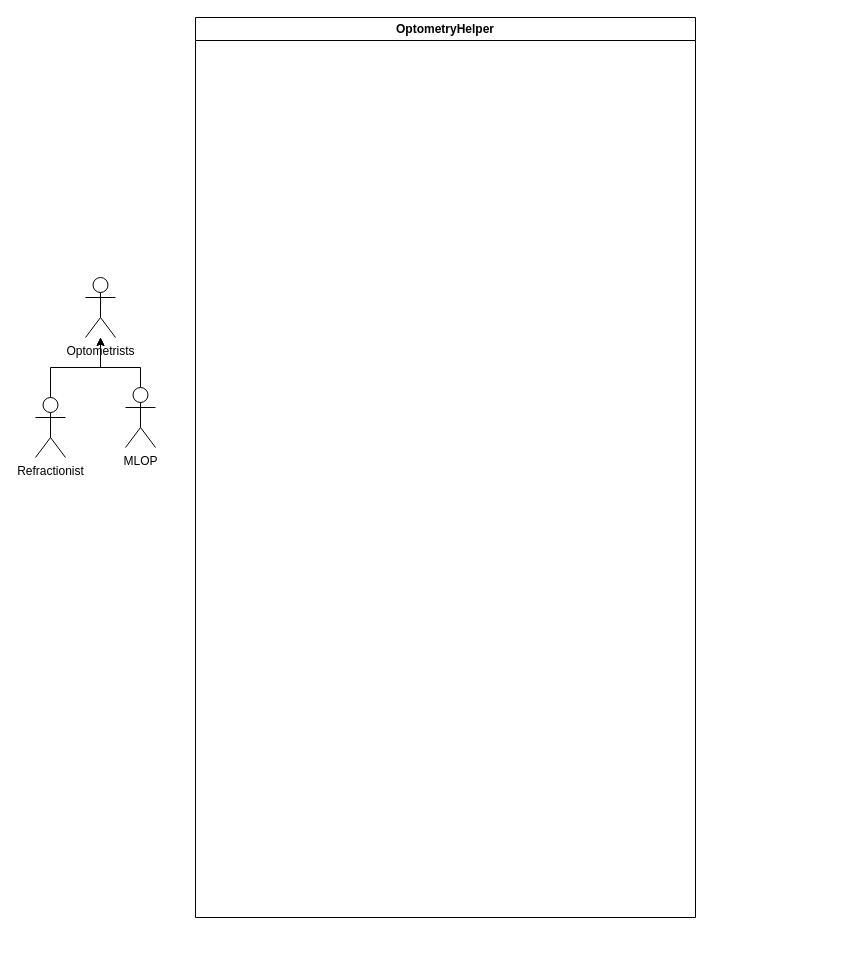
ShofiqRasel/Draw.io keeps this draw.io diagram as page "OptoMetrist" (3 of 3) of Optometry.drawio. Above is the earlier version. Source tidied: cells renumbered, new cells numbered last; positions are measured from the earlier drawing's top-left corner, leaving out a move shared by most shapes. Both pictures are drawn from the tidied source at 100%, with x=0, y=0 at pixel (35, 17).
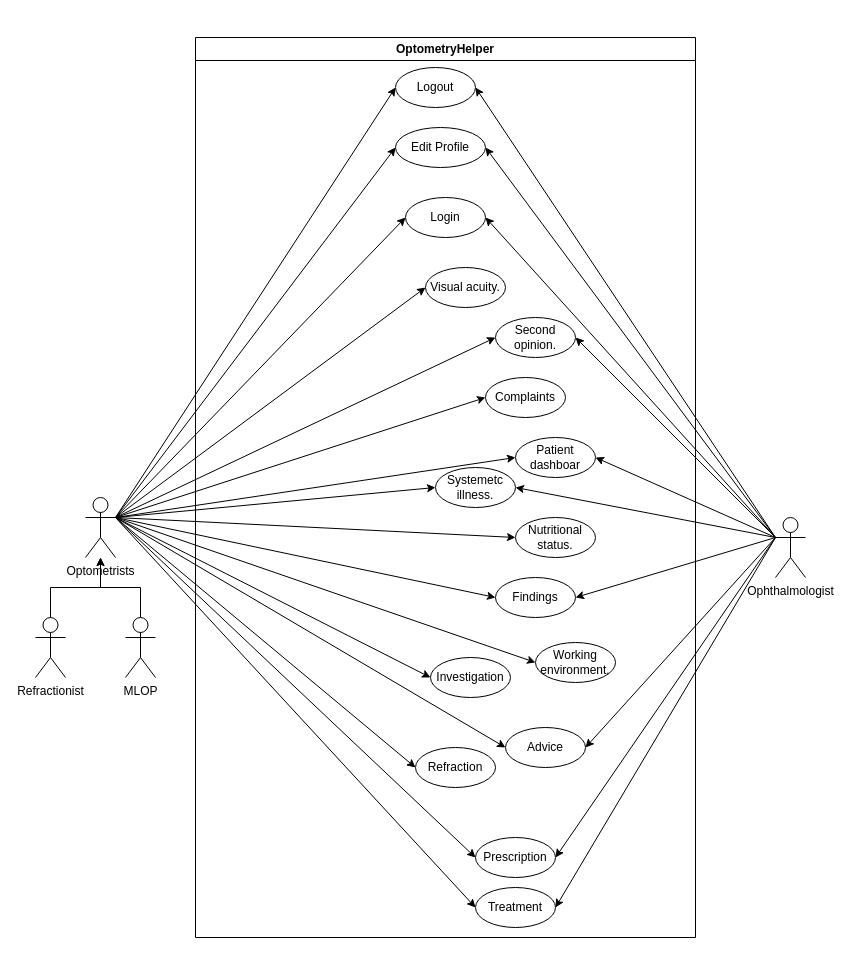
The same page after the edit.

What changed in the source:
```diff
@@
     <mxCell id="2" value="OptometryHelper" style="swimlane;whiteSpace=wrap;html=1;" parent="1" vertex="1">
-      <mxGeometry x="160" width="500" height="900" as="geometry" />
+      <mxGeometry x="160" y="20" width="500" height="900" as="geometry" />
     </mxCell>
+    <mxCell id="8" value="Login" style="ellipse;whiteSpace=wrap;html=1;" parent="2" vertex="1">
+      <mxGeometry x="210" y="160" width="80" height="40" as="geometry" />
+    </mxCell>
+    <mxCell id="9" value="Logout" style="ellipse;whiteSpace=wrap;html=1;" parent="2" vertex="1">
+      <mxGeometry x="200" y="30" width="80" height="40" as="geometry" />
+    </mxCell>
+    <mxCell id="10" value="Edit Profile" style="ellipse;whiteSpace=wrap;html=1;" parent="2" vertex="1">
+      <mxGeometry x="200" y="90" width="90" height="40" as="geometry" />
+    </mxCell>
+    <mxCell id="11" value="Nutritional status." style="ellipse;whiteSpace=wrap;html=1;" parent="2" vertex="1">
+      <mxGeometry x="320" y="480" width="80" height="40" as="geometry" />
+    </mxCell>
+    <mxCell id="12" value="Systemetc illness." style="ellipse;whiteSpace=wrap;html=1;" parent="2" vertex="1">
+      <mxGeometry x="240" y="430" width="80" height="40" as="geometry" />
+    </mxCell>
+    <mxCell id="13" value="Complaints" style="ellipse;whiteSpace=wrap;html=1;" parent="2" vertex="1">
+      <mxGeometry x="290" y="340" width="80" height="40" as="geometry" />
+    </mxCell>
+    <mxCell id="14" value="Second opinion." style="ellipse;whiteSpace=wrap;html=1;" parent="2" vertex="1">
+      <mxGeometry x="300" y="280" width="80" height="40" as="geometry" />
+    </mxCell>
+    <mxCell id="15" value="Visual acuity." style="ellipse;whiteSpace=wrap;html=1;" parent="2" vertex="1">
+      <mxGeometry x="230" y="230" width="80" height="40" as="geometry" />
+    </mxCell>
+    <mxCell id="16" value="Advice" style="ellipse;whiteSpace=wrap;html=1;" parent="2" vertex="1">
+      <mxGeometry x="310" y="690" width="80" height="40" as="geometry" />
+    </mxCell>
+    <mxCell id="17" value="Refraction" style="ellipse;whiteSpace=wrap;html=1;" parent="2" vertex="1">
+      <mxGeometry x="220" y="710" width="80" height="40" as="geometry" />
+    </mxCell>
+    <mxCell id="18" value="Investigation" style="ellipse;whiteSpace=wrap;html=1;" parent="2" vertex="1">
+      <mxGeometry x="235" y="620" width="80" height="40" as="geometry" />
+    </mxCell>
+    <mxCell id="19" value="Working environment." style="ellipse;whiteSpace=wrap;html=1;" parent="2" vertex="1">
+      <mxGeometry x="340" y="605" width="80" height="40" as="geometry" />
+    </mxCell>
+    <mxCell id="20" style="endArrow=classic;html=1;rounded=0;entryX=0;entryY=0.5;entryDx=0;entryDy=0;" parent="2" edge="1" target="21">
+      <mxGeometry relative="1" as="geometry">
+        <mxPoint x="-80" y="480" as="sourcePoint" />
+      </mxGeometry>
+    </mxCell>
+    <mxCell id="21" value="Findings" style="ellipse;whiteSpace=wrap;html=1;" parent="2" vertex="1">
+      <mxGeometry x="300" y="540" width="80" height="40" as="geometry" />
+    </mxCell>
+    <mxCell id="22" value="Patient dashboar" style="ellipse;whiteSpace=wrap;html=1;" parent="2" vertex="1">
+      <mxGeometry x="320" y="400" width="80" height="40" as="geometry" />
+    </mxCell>
+    <mxCell id="23" value="Treatment" style="ellipse;whiteSpace=wrap;html=1;" parent="2" vertex="1">
+      <mxGeometry x="280" y="850" width="80" height="40" as="geometry" />
+    </mxCell>
+    <mxCell id="24" value="Prescription" style="ellipse;whiteSpace=wrap;html=1;" parent="2" vertex="1">
+      <mxGeometry x="280" y="800" width="80" height="40" as="geometry" />
+    </mxCell>
     <mxCell id="3" value="Optometrists" style="shape=umlActor;verticalLabelPosition=bottom;verticalAlign=top;html=1;outlineConnect=0;" parent="1" vertex="1">
-      <mxGeometry x="50" y="260" width="30" height="60" as="geometry" />
+      <mxGeometry x="50" y="480" width="30" height="60" as="geometry" />
     </mxCell>
     <mxCell id="4" style="edgeStyle=orthogonalEdgeStyle;rounded=0;jettySize=auto;html=1;" parent="1" edge="1" source="5" target="3">
       <mxGeometry relative="1" as="geometry">
         <Array as="points">
-          <mxPoint x="15" y="350" />
-          <mxPoint x="65" y="350" />
+          <mxPoint x="15" y="570" />
+          <mxPoint x="65" y="570" />
         </Array>
       </mxGeometry>
     </mxCell>
     <mxCell id="5" value="Refractionist" style="shape=umlActor;verticalLabelPosition=bottom;verticalAlign=top;html=1;outlineConnect=0;" parent="1" vertex="1">
-      <mxGeometry y="380" width="30" height="60" as="geometry" />
+      <mxGeometry y="600" width="30" height="60" as="geometry" />
     </mxCell>
     <mxCell id="6" style="edgeStyle=orthogonalEdgeStyle;rounded=0;jettySize=auto;html=1;" parent="1" edge="1" source="7" target="3">
       <mxGeometry relative="1" as="geometry">
         <Array as="points">
-          <mxPoint x="105" y="350" />
-          <mxPoint x="65" y="350" />
+          <mxPoint x="105" y="570" />
+          <mxPoint x="65" y="570" />
         </Array>
       </mxGeometry>
     </mxCell>
     <mxCell id="7" value="MLOP" style="shape=umlActor;verticalLabelPosition=bottom;verticalAlign=top;html=1;outlineConnect=0;" parent="1" vertex="1">
-      <mxGeometry x="90" y="370" width="30" height="60" as="geometry" />
+      <mxGeometry x="90" y="600" width="30" height="60" as="geometry" />
     </mxCell>
+    <mxCell id="25" style="endArrow=classic;html=1;rounded=0;exitX=1;exitY=0.3333333333333333;exitDx=0;exitDy=0;exitPerimeter=0;entryX=0;entryY=0.5;entryDx=0;entryDy=0;" parent="1" edge="1" source="3" target="8">
+      <mxGeometry relative="1" as="geometry" />
+    </mxCell>
+    <mxCell id="26" style="endArrow=classic;html=1;rounded=0;exitX=1;exitY=0.3333333333333333;exitDx=0;exitDy=0;exitPerimeter=0;entryX=0;entryY=0.5;entryDx=0;entryDy=0;" parent="1" edge="1" source="3" target="10">
+      <mxGeometry relative="1" as="geometry" />
+    </mxCell>
+    <mxCell id="27" style="endArrow=classic;html=1;rounded=0;exitX=1;exitY=0.3333333333333333;exitDx=0;exitDy=0;exitPerimeter=0;entryX=0;entryY=0.5;entryDx=0;entryDy=0;" parent="1" edge="1" source="3" target="9">
+      <mxGeometry relative="1" as="geometry" />
+    </mxCell>
+    <mxCell id="28" style="endArrow=classic;html=1;rounded=0;exitX=1;exitY=0.3333333333333333;exitDx=0;exitDy=0;exitPerimeter=0;entryX=0;entryY=0.5;entryDx=0;entryDy=0;" parent="1" edge="1" source="3" target="15">
+      <mxGeometry relative="1" as="geometry" />
+    </mxCell>
+    <mxCell id="29" style="endArrow=classic;html=1;rounded=0;exitX=1;exitY=0.3333333333333333;exitDx=0;exitDy=0;exitPerimeter=0;entryX=0;entryY=0.5;entryDx=0;entryDy=0;" parent="1" edge="1" source="3" target="14">
+      <mxGeometry relative="1" as="geometry" />
+    </mxCell>
+    <mxCell id="30" style="endArrow=classic;html=1;rounded=0;exitX=1;exitY=0.3333333333333333;exitDx=0;exitDy=0;exitPerimeter=0;entryX=0;entryY=0.5;entryDx=0;entryDy=0;" parent="1" edge="1" source="3" target="13">
+      <mxGeometry relative="1" as="geometry" />
+    </mxCell>
+    <mxCell id="31" style="endArrow=classic;html=1;rounded=0;exitX=1;exitY=0.3333333333333333;exitDx=0;exitDy=0;exitPerimeter=0;entryX=0;entryY=0.5;entryDx=0;entryDy=0;" parent="1" edge="1" source="3" target="12">
+      <mxGeometry relative="1" as="geometry" />
+    </mxCell>
+    <mxCell id="32" style="endArrow=classic;html=1;rounded=0;entryX=0;entryY=0.5;entryDx=0;entryDy=0;exitX=1;exitY=0.3333333333333333;exitDx=0;exitDy=0;exitPerimeter=0;" parent="1" edge="1" source="3" target="11">
+      <mxGeometry relative="1" as="geometry" />
+    </mxCell>
+    <mxCell id="33" style="endArrow=classic;html=1;rounded=0;exitX=1;exitY=0.3333333333333333;exitDx=0;exitDy=0;exitPerimeter=0;entryX=0;entryY=0.5;entryDx=0;entryDy=0;" parent="1" edge="1" source="3" target="19">
+      <mxGeometry relative="1" as="geometry" />
+    </mxCell>
+    <mxCell id="34" style="endArrow=classic;html=1;rounded=0;exitX=1;exitY=0.3333333333333333;exitDx=0;exitDy=0;exitPerimeter=0;entryX=0;entryY=0.5;entryDx=0;entryDy=0;" parent="1" edge="1" source="3" target="18">
+      <mxGeometry relative="1" as="geometry" />
+    </mxCell>
+    <mxCell id="35" style="endArrow=classic;html=1;rounded=0;exitX=1;exitY=0.3333333333333333;exitDx=0;exitDy=0;exitPerimeter=0;entryX=0;entryY=0.5;entryDx=0;entryDy=0;" parent="1" edge="1" source="3" target="17">
+      <mxGeometry relative="1" as="geometry" />
+    </mxCell>
+    <mxCell id="36" style="endArrow=classic;html=1;rounded=0;exitX=1;exitY=0.3333333333333333;exitDx=0;exitDy=0;exitPerimeter=0;entryX=0;entryY=0.5;entryDx=0;entryDy=0;" parent="1" edge="1" source="3" target="16">
+      <mxGeometry relative="1" as="geometry" />
+    </mxCell>
+    <mxCell id="37" style="endArrow=classic;html=1;rounded=0;exitX=1;exitY=0.3333333333333333;exitDx=0;exitDy=0;exitPerimeter=0;entryX=0;entryY=0.5;entryDx=0;entryDy=0;" parent="1" edge="1" source="3" target="22">
+      <mxGeometry relative="1" as="geometry" />
+    </mxCell>
+    <mxCell id="38" style="endArrow=classic;html=1;rounded=0;exitX=1;exitY=0.3333333333333333;exitDx=0;exitDy=0;exitPerimeter=0;entryX=0;entryY=0.5;entryDx=0;entryDy=0;" parent="1" edge="1" source="3" target="23">
+      <mxGeometry relative="1" as="geometry" />
+    </mxCell>
+    <mxCell id="39" style="endArrow=classic;html=1;rounded=0;exitX=1;exitY=0.3333333333333333;exitDx=0;exitDy=0;exitPerimeter=0;entryX=0;entryY=0.5;entryDx=0;entryDy=0;" parent="1" edge="1" source="3" target="24">
+      <mxGeometry relative="1" as="geometry" />
+    </mxCell>
+    <mxCell id="40" value="Ophthalmologist" style="shape=umlActor;verticalLabelPosition=bottom;verticalAlign=top;html=1;outlineConnect=0;" parent="1" vertex="1">
+      <mxGeometry x="740" y="500" width="30" height="60" as="geometry" />
+    </mxCell>
+    <mxCell id="41" style="endArrow=classic;html=1;rounded=0;entryX=1;entryY=0.5;entryDx=0;entryDy=0;exitX=0;exitY=0.3333333333333333;exitDx=0;exitDy=0;exitPerimeter=0;" parent="1" edge="1" source="40" target="9">
+      <mxGeometry relative="1" as="geometry" />
+    </mxCell>
+    <mxCell id="42" style="endArrow=classic;html=1;rounded=0;entryX=1;entryY=0.5;entryDx=0;entryDy=0;exitX=0;exitY=0.3333333333333333;exitDx=0;exitDy=0;exitPerimeter=0;" parent="1" edge="1" source="40" target="10">
+      <mxGeometry relative="1" as="geometry" />
+    </mxCell>
+    <mxCell id="43" style="endArrow=classic;html=1;rounded=0;entryX=1;entryY=0.5;entryDx=0;entryDy=0;exitX=0;exitY=0.3333333333333333;exitDx=0;exitDy=0;exitPerimeter=0;" parent="1" edge="1" source="40" target="8">
+      <mxGeometry relative="1" as="geometry" />
+    </mxCell>
+    <mxCell id="44" style="endArrow=classic;html=1;rounded=0;entryX=1;entryY=0.5;entryDx=0;entryDy=0;exitX=0;exitY=0.3333333333333333;exitDx=0;exitDy=0;exitPerimeter=0;" parent="1" edge="1" source="40" target="14">
+      <mxGeometry relative="1" as="geometry" />
+    </mxCell>
+    <mxCell id="45" style="endArrow=classic;html=1;rounded=0;entryX=1;entryY=0.5;entryDx=0;entryDy=0;exitX=0;exitY=0.3333333333333333;exitDx=0;exitDy=0;exitPerimeter=0;" parent="1" edge="1" source="40" target="12">
+      <mxGeometry relative="1" as="geometry" />
+    </mxCell>
+    <mxCell id="46" style="endArrow=classic;html=1;rounded=0;entryX=1;entryY=0.5;entryDx=0;entryDy=0;exitX=0;exitY=0.3333333333333333;exitDx=0;exitDy=0;exitPerimeter=0;" parent="1" edge="1" source="40" target="21">
+      <mxGeometry relative="1" as="geometry" />
+    </mxCell>
+    <mxCell id="47" style="endArrow=classic;html=1;rounded=0;entryX=1;entryY=0.5;entryDx=0;entryDy=0;exitX=0;exitY=0.3333333333333333;exitDx=0;exitDy=0;exitPerimeter=0;" parent="1" edge="1" source="40" target="16">
+      <mxGeometry relative="1" as="geometry" />
+    </mxCell>
+    <mxCell id="48" style="endArrow=classic;html=1;rounded=0;entryX=1;entryY=0.5;entryDx=0;entryDy=0;exitX=0;exitY=0.3333333333333333;exitDx=0;exitDy=0;exitPerimeter=0;" parent="1" edge="1" source="40" target="24">
+      <mxGeometry relative="1" as="geometry" />
+    </mxCell>
+    <mxCell id="49" style="endArrow=classic;html=1;rounded=0;entryX=1;entryY=0.5;entryDx=0;entryDy=0;exitX=0;exitY=0.3333333333333333;exitDx=0;exitDy=0;exitPerimeter=0;" parent="1" edge="1" source="40" target="23">
+      <mxGeometry relative="1" as="geometry" />
+    </mxCell>
+    <mxCell id="50" style="endArrow=classic;html=1;rounded=0;entryX=1;entryY=0.5;entryDx=0;entryDy=0;exitX=0;exitY=0.3333333333333333;exitDx=0;exitDy=0;exitPerimeter=0;" parent="1" edge="1" source="40" target="22">
+      <mxGeometry relative="1" as="geometry" />
+    </mxCell>
```
